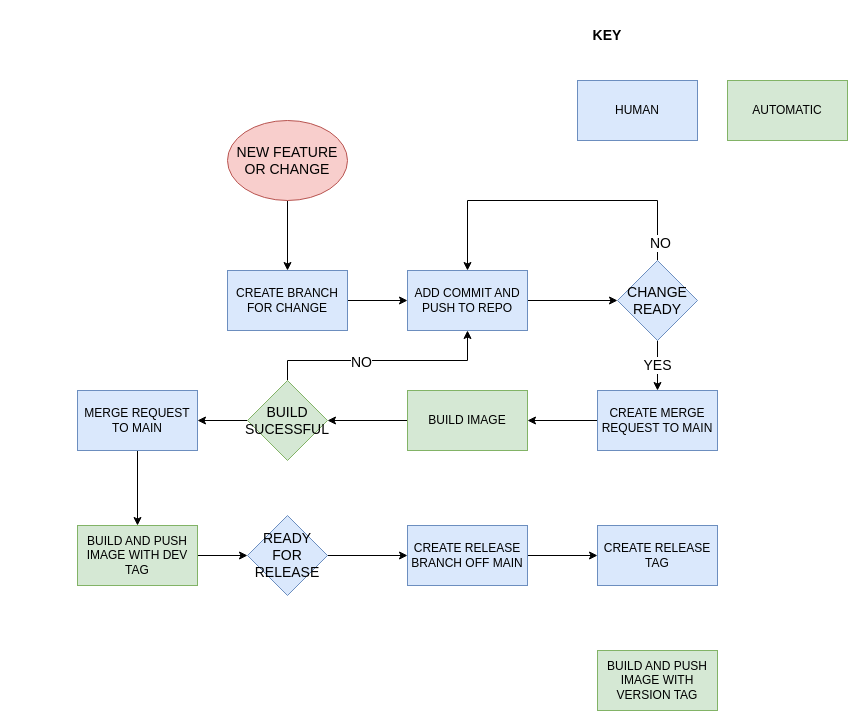
This is gitflow.drawio from quanhk711/dev-test-, a draw.io file, before an edit. Source tidied: cells renumbered, new cells numbered last; positions are measured from the earlier drawing's top-left corner, leaving out a move shared by most shapes. Both pictures are drawn from the tidied source at 100%, with x=0, y=0 at pixel (77, 20).
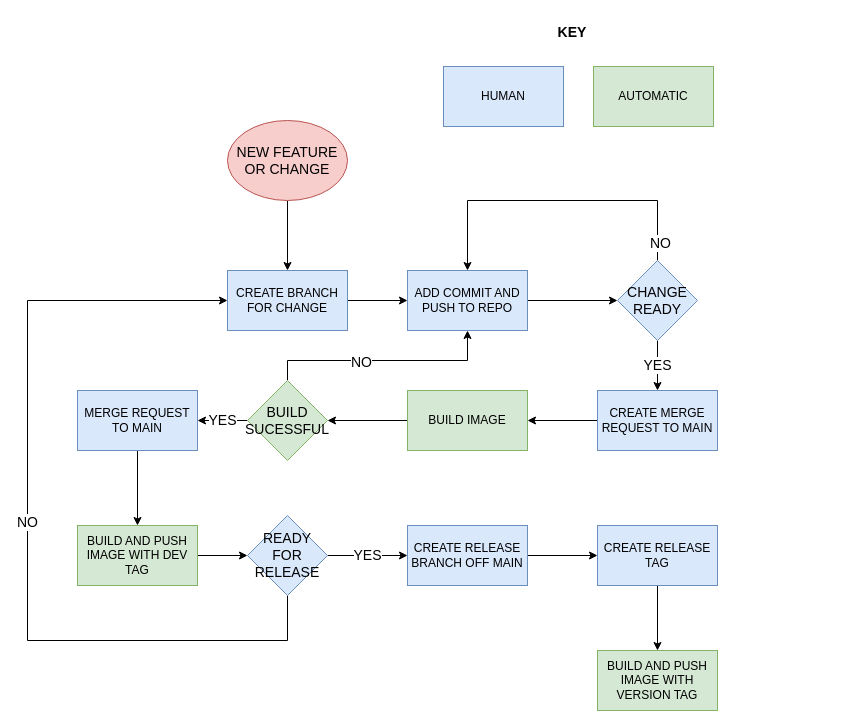
The same diagram, later.

Unchanged cells that the change refers to:
```xml
<mxCell id="8" value="CREATE BRANCH FOR CHANGE" style="rounded=0;whiteSpace=wrap;html=1;fillColor=#dae8fc;strokeColor=#6c8ebf;" parent="1" vertex="1">
  <mxGeometry x="150" y="250" width="120" height="60" as="geometry" />
</mxCell>
<mxCell id="22" value="BUILD&lt;br&gt;SUCESSFUL" style="rhombus;whiteSpace=wrap;html=1;fontSize=14;fillColor=#d5e8d4;strokeColor=#82b366;" parent="1" vertex="1">
  <mxGeometry x="170" y="360" width="80" height="80" as="geometry" />
</mxCell>
<mxCell id="24" value="MERGE REQUEST TO MAIN" style="rounded=0;whiteSpace=wrap;html=1;fillColor=#dae8fc;strokeColor=#6c8ebf;" parent="1" vertex="1">
  <mxGeometry y="370" width="120" height="60" as="geometry" />
</mxCell>
<mxCell id="28" value="READY FOR RELEASE" style="rhombus;whiteSpace=wrap;html=1;fontSize=14;fillColor=#dae8fc;strokeColor=#6c8ebf;" parent="1" vertex="1">
  <mxGeometry x="170" y="495" width="80" height="80" as="geometry" />
</mxCell>
<mxCell id="30" value="CREATE RELEASE BRANCH OFF MAIN" style="rounded=0;whiteSpace=wrap;html=1;fillColor=#dae8fc;strokeColor=#6c8ebf;" parent="1" vertex="1">
  <mxGeometry x="330" y="505" width="120" height="60" as="geometry" />
</mxCell>
<mxCell id="31" value="CREATE RELEASE TAG" style="rounded=0;whiteSpace=wrap;html=1;fillColor=#dae8fc;strokeColor=#6c8ebf;" parent="1" vertex="1">
  <mxGeometry x="520" y="505" width="120" height="60" as="geometry" />
</mxCell>
<mxCell id="32" value="BUILD AND PUSH IMAGE WITH VERSION TAG" style="rounded=0;whiteSpace=wrap;html=1;fillColor=#d5e8d4;strokeColor=#82b366;" parent="1" vertex="1">
  <mxGeometry x="520" y="630" width="120" height="60" as="geometry" />
</mxCell>
```

Change to the diagram source:
```diff
@@
     <mxCell id="2" value="HUMAN" style="rounded=0;whiteSpace=wrap;html=1;fillColor=#dae8fc;strokeColor=#6c8ebf;" parent="1" vertex="1">
-      <mxGeometry x="500" y="60" width="120" height="60" as="geometry" />
+      <mxGeometry x="366" y="46" width="120" height="60" as="geometry" />
     </mxCell>
     <mxCell id="3" value="&lt;b&gt;&lt;font style=&quot;font-size: 14px&quot;&gt;KEY&lt;/font&gt;&lt;/b&gt;" style="text;html=1;strokeColor=none;fillColor=none;align=center;verticalAlign=middle;whiteSpace=wrap;rounded=0;" parent="1" vertex="1">
-      <mxGeometry x="500" width="60" height="30" as="geometry" />
+      <mxGeometry x="465" y="-3" width="60" height="30" as="geometry" />
     </mxCell>
     <mxCell id="4" value="AUTOMATIC" style="rounded=0;whiteSpace=wrap;html=1;fillColor=#d5e8d4;strokeColor=#82b366;" parent="1" vertex="1">
-      <mxGeometry x="650" y="60" width="120" height="60" as="geometry" />
+      <mxGeometry x="516" y="46" width="120" height="60" as="geometry" />
     </mxCell>
@@
-    <mxCell id="19" style="edgeStyle=orthogonalEdgeStyle;rounded=0;jettySize=auto;html=1;entryX=1;entryY=0.5;entryDx=0;entryDy=0;fontSize=14;" parent="1" edge="1" source="22" target="24">
+    <mxCell id="19" value="YES" style="edgeStyle=orthogonalEdgeStyle;rounded=0;jettySize=auto;html=1;entryX=1;entryY=0.5;entryDx=0;entryDy=0;fontSize=14;" parent="1" edge="1" source="22" target="24">
       <mxGeometry relative="1" as="geometry" />
     </mxCell>
@@
-    <mxCell id="27" style="edgeStyle=orthogonalEdgeStyle;rounded=0;jettySize=auto;html=1;entryX=0;entryY=0.5;entryDx=0;entryDy=0;fontSize=14;" parent="1" edge="1" source="28" target="30">
+    <mxCell id="27" value="YES" style="edgeStyle=orthogonalEdgeStyle;rounded=0;jettySize=auto;html=1;entryX=0;entryY=0.5;entryDx=0;entryDy=0;fontSize=14;" parent="1" edge="1" source="28" target="30">
       <mxGeometry relative="1" as="geometry" />
     </mxCell>
+    <mxCell id="33" value="NO" style="edgeStyle=orthogonalEdgeStyle;rounded=0;jettySize=auto;html=1;entryX=0;entryY=0.5;entryDx=0;entryDy=0;fontSize=14;" parent="1" edge="1" source="28" target="8">
+      <mxGeometry relative="1" as="geometry">
+        <Array as="points">
+          <mxPoint x="210" y="620" />
+          <mxPoint x="-50" y="620" />
+          <mxPoint x="-50" y="280" />
+        </Array>
+      </mxGeometry>
+    </mxCell>
@@
+    <mxCell id="34" style="edgeStyle=orthogonalEdgeStyle;rounded=0;jettySize=auto;html=1;entryX=0.5;entryY=0;entryDx=0;entryDy=0;fontSize=14;" parent="1" edge="1" source="31" target="32">
+      <mxGeometry relative="1" as="geometry" />
+    </mxCell>
```
